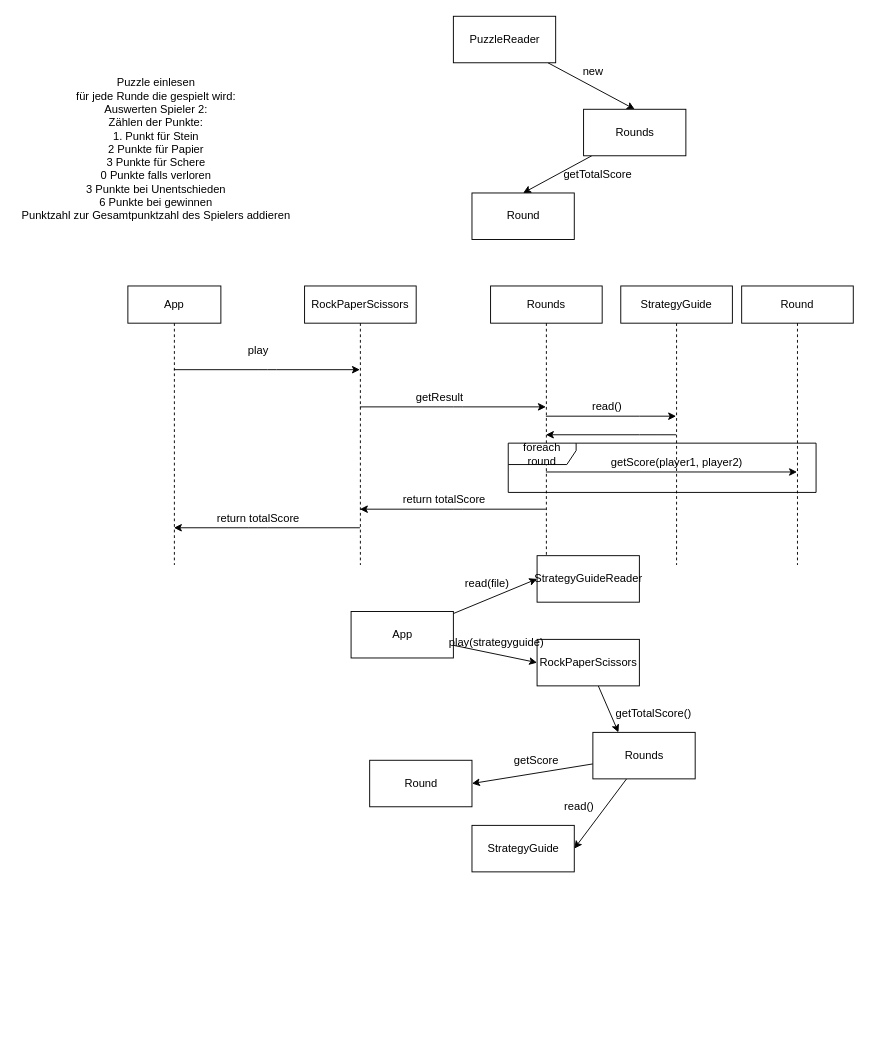
Before: 2022/2/2.drawio in steffenb91/adventofcode, a draw.io diagram. Source tidied: cells renumbered, new cells numbered last; positions are measured from the earlier drawing's top-left corner, leaving out a move shared by most shapes. Both pictures are drawn from the tidied source at 93%, with x=0, y=0 at pixel (16, 16).
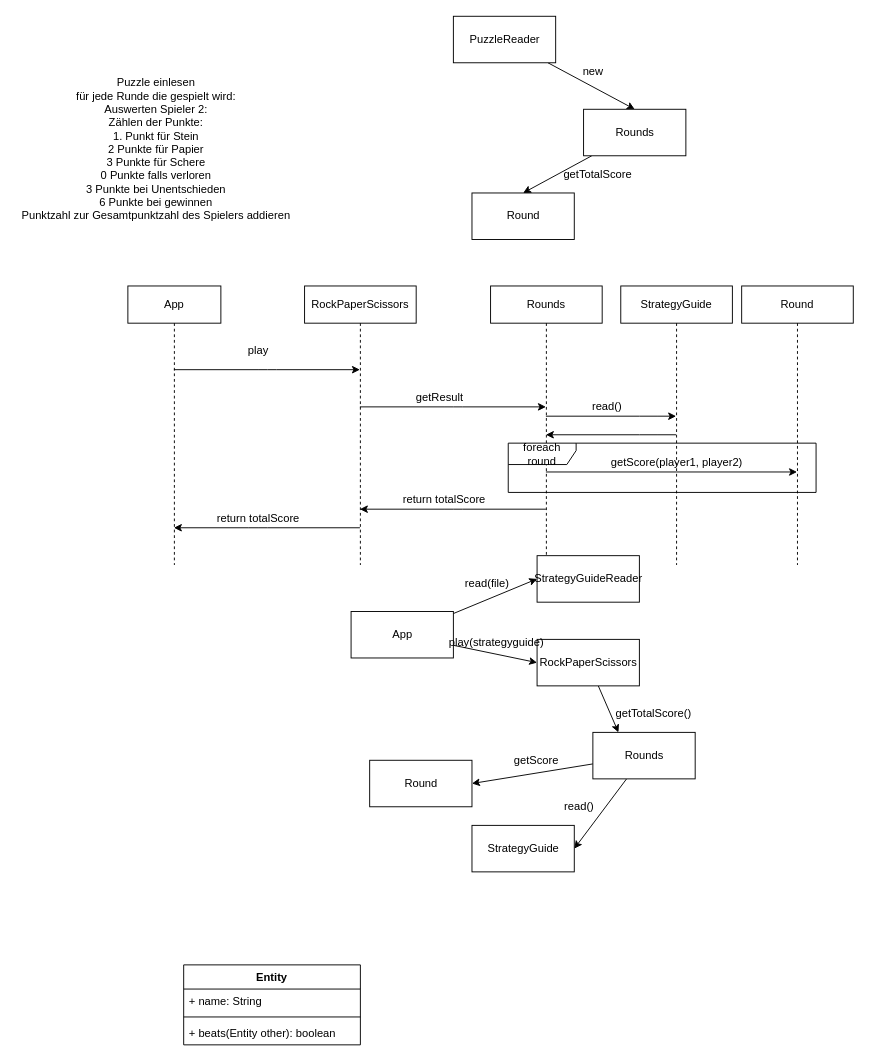
The same page after the edit.

Diff of the diagram source:
```diff
@@
+    <mxCell id="45" value="Entity" style="swimlane;fontStyle=1;align=center;verticalAlign=top;horizontal=1;startSize=26;" parent="1" vertex="1">
+      <mxGeometry x="180" y="1020" width="190" height="86" as="geometry" />
+    </mxCell>
+    <mxCell id="46" value="+ name: String" style="text;strokeColor=none;fillColor=none;align=left;verticalAlign=top;spacingLeft=4;spacingRight=4;overflow=hidden;" parent="45" vertex="1">
+      <mxGeometry y="26" width="190" height="26" as="geometry" />
+    </mxCell>
+    <mxCell id="47" style="line;strokeWidth=1;fillColor=none;align=left;verticalAlign=middle;spacingTop=-1;spacingLeft=3;spacingRight=3;labelPosition=right;" parent="45" vertex="1">
+      <mxGeometry y="52" width="190" height="8" as="geometry" />
+    </mxCell>
+    <mxCell id="48" value="+ beats(Entity other): boolean" style="text;strokeColor=none;fillColor=none;align=left;verticalAlign=top;spacingLeft=4;spacingRight=4;overflow=hidden;" parent="45" vertex="1">
+      <mxGeometry y="60" width="190" height="26" as="geometry" />
+    </mxCell>
```
